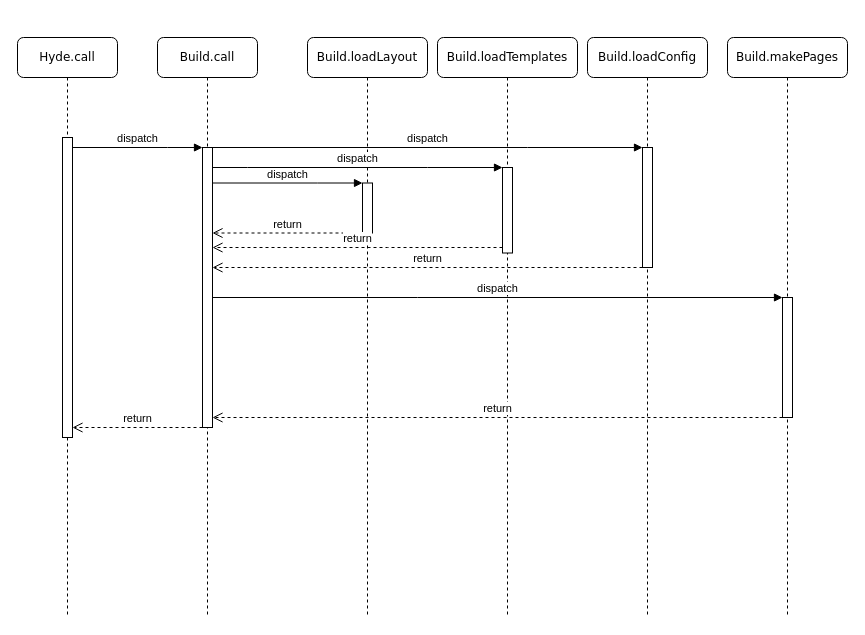
This is conception/sequence_diagram_build.drawio from dil-classroom/projet-marzullo_matias_monti_golay_perrenoud, a draw.io file, before an edit. Source tidied: cells renumbered, new cells numbered last; positions are measured from the earlier drawing's top-left corner, leaving out a move shared by most shapes. Both pictures are drawn from the tidied source at 100%, with x=0, y=0 at pixel (17, 37).
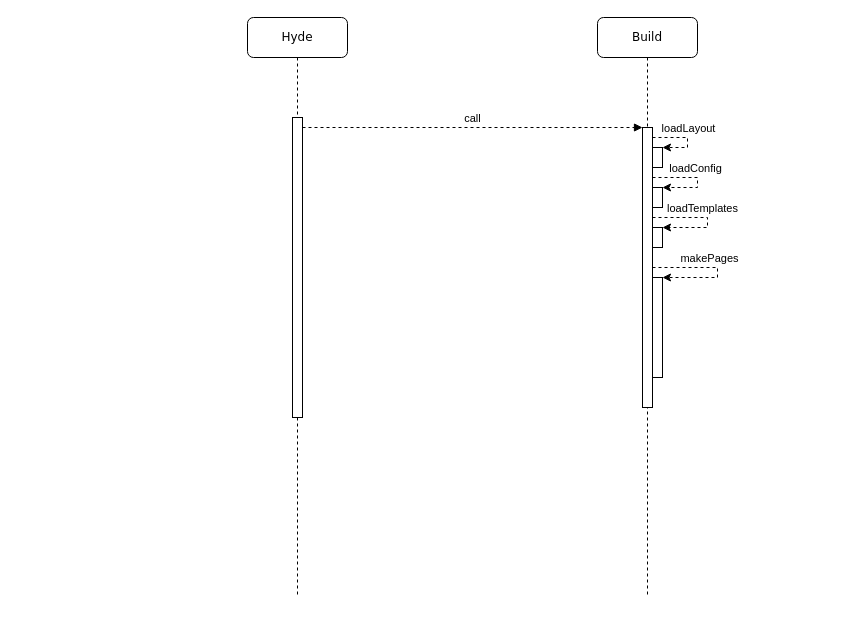
After the change.

Commit message:
doc: Update sequence diagram

Unchanged cells that the change refers to:
```xml
<mxCell id="3" style="html=1;points=[];perimeter=orthogonalPerimeter;" parent="2" vertex="1">
  <mxGeometry x="45" y="110" width="10" height="280" as="geometry" />
</mxCell>
<mxCell id="11" style="html=1;points=[];perimeter=orthogonalPerimeter;rounded=0;shadow=0;comic=0;labelBackgroundColor=none;strokeWidth=1;fontFamily=Verdana;fontSize=12;align=center;" parent="10" vertex="1">
  <mxGeometry x="45" y="100" width="10" height="300" as="geometry" />
</mxCell>
```

The edit, as a diff of the source:
```diff
@@
-    <mxCell id="2" value="&lt;div&gt;Build.call&lt;/div&gt;" style="shape=umlLifeline;perimeter=lifelinePerimeter;whiteSpace=wrap;html=1;rounded=1;shadow=0;comic=0;labelBackgroundColor=none;strokeWidth=1;fontFamily=Verdana;fontSize=12;align=center;" parent="1" vertex="1">
-      <mxGeometry x="140" width="100" height="580" as="geometry" />
+    <mxCell id="2" value="&lt;div&gt;Build&lt;/div&gt;" style="shape=umlLifeline;perimeter=lifelinePerimeter;whiteSpace=wrap;html=1;rounded=1;shadow=0;comic=0;labelBackgroundColor=none;strokeWidth=1;fontFamily=Verdana;fontSize=12;align=center;" parent="1" vertex="1">
+      <mxGeometry x="580" y="-20" width="100" height="580" as="geometry" />
     </mxCell>
@@
-    <mxCell id="4" value="&lt;div&gt;Build.loadLayout&lt;/div&gt;" style="shape=umlLifeline;perimeter=lifelinePerimeter;whiteSpace=wrap;html=1;rounded=1;shadow=0;comic=0;labelBackgroundColor=none;strokeWidth=1;fontFamily=Verdana;fontSize=12;align=center;" parent="1" vertex="1">
-      <mxGeometry x="290" width="120" height="580" as="geometry" />
-    </mxCell>
-    <mxCell id="5" style="html=1;points=[];perimeter=orthogonalPerimeter;" parent="4" vertex="1">
-      <mxGeometry x="55" y="145.5" width="10" height="50" as="geometry" />
-    </mxCell>
-    <mxCell id="6" value="Build.loadTemplates" style="shape=umlLifeline;perimeter=lifelinePerimeter;whiteSpace=wrap;html=1;rounded=1;shadow=0;comic=0;labelBackgroundColor=none;strokeWidth=1;fontFamily=Verdana;fontSize=12;align=center;" parent="1" vertex="1">
-      <mxGeometry x="420" width="140" height="580" as="geometry" />
-    </mxCell>
-    <mxCell id="7" style="html=1;points=[];perimeter=orthogonalPerimeter;" parent="6" vertex="1">
-      <mxGeometry x="65" y="130" width="10" height="85.5" as="geometry" />
-    </mxCell>
-    <mxCell id="8" value="&lt;div&gt;Build.loadConfig&lt;/div&gt;" style="shape=umlLifeline;perimeter=lifelinePerimeter;whiteSpace=wrap;html=1;rounded=1;shadow=0;comic=0;labelBackgroundColor=none;strokeWidth=1;fontFamily=Verdana;fontSize=12;align=center;" parent="1" vertex="1">
-      <mxGeometry x="570" width="120" height="580" as="geometry" />
-    </mxCell>
-    <mxCell id="9" style="html=1;points=[];perimeter=orthogonalPerimeter;" parent="8" vertex="1">
-      <mxGeometry x="55" y="110" width="10" height="120" as="geometry" />
-    </mxCell>
+    <mxCell id="24" style="html=1;points=[];perimeter=orthogonalPerimeter;" parent="2" vertex="1">
+      <mxGeometry x="55" y="130" width="10" height="20" as="geometry" />
+    </mxCell>
+    <mxCell id="25" style="endArrow=classic;html=1;rounded=0;dashed=1;" parent="2" edge="1" target="24">
+      <mxGeometry relative="1" as="geometry">
+        <mxPoint x="55" y="120" as="sourcePoint" />
+        <Array as="points">
+          <mxPoint x="90" y="120" />
+          <mxPoint x="90" y="130" />
+        </Array>
+      </mxGeometry>
+    </mxCell>
+    <mxCell id="26" value="loadLayout" style="edgeLabel;html=1;align=center;verticalAlign=middle;" parent="25" vertex="1">
+      <mxGeometry x="-0.31" y="-1" relative="1" as="geometry">
+        <mxPoint x="11" y="-11" as="offset" />
+      </mxGeometry>
+    </mxCell>
+    <mxCell id="27" style="html=1;points=[];perimeter=orthogonalPerimeter;" parent="2" vertex="1">
+      <mxGeometry x="55" y="170" width="10" height="20" as="geometry" />
+    </mxCell>
+    <mxCell id="28" style="html=1;points=[];perimeter=orthogonalPerimeter;" parent="2" vertex="1">
+      <mxGeometry x="55" y="210" width="10" height="20" as="geometry" />
+    </mxCell>
+    <mxCell id="29" style="html=1;points=[];perimeter=orthogonalPerimeter;" parent="2" vertex="1">
+      <mxGeometry x="55" y="260" width="10" height="100" as="geometry" />
+    </mxCell>
+    <mxCell id="30" style="endArrow=classic;html=1;rounded=0;dashed=1;" parent="2" edge="1" source="3" target="27">
+      <mxGeometry relative="1" as="geometry">
+        <Array as="points">
+          <mxPoint x="100" y="160" />
+          <mxPoint x="100" y="170" />
+        </Array>
+      </mxGeometry>
+    </mxCell>
+    <mxCell id="31" value="&lt;div&gt;loadConfig&lt;/div&gt;" style="edgeLabel;html=1;align=center;verticalAlign=middle;" parent="30" vertex="1">
+      <mxGeometry x="-0.31" y="-1" relative="1" as="geometry">
+        <mxPoint x="11" y="-11" as="offset" />
+      </mxGeometry>
+    </mxCell>
+    <mxCell id="32" style="endArrow=classic;html=1;rounded=0;dashed=1;" parent="2" edge="1" source="3" target="28">
+      <mxGeometry relative="1" as="geometry">
+        <Array as="points">
+          <mxPoint x="110" y="200" />
+          <mxPoint x="110" y="210" />
+        </Array>
+      </mxGeometry>
+    </mxCell>
+    <mxCell id="33" value="loadTemplates" style="edgeLabel;html=1;align=center;verticalAlign=middle;" parent="32" vertex="1">
+      <mxGeometry x="-0.31" y="-1" relative="1" as="geometry">
+        <mxPoint x="11" y="-11" as="offset" />
+      </mxGeometry>
+    </mxCell>
+    <mxCell id="34" style="endArrow=classic;html=1;rounded=0;dashed=1;" parent="2" edge="1" source="3" target="29">
+      <mxGeometry relative="1" as="geometry">
+        <Array as="points">
+          <mxPoint x="120" y="250" />
+          <mxPoint x="120" y="260" />
+        </Array>
+      </mxGeometry>
+    </mxCell>
+    <mxCell id="35" value="makePages" style="edgeLabel;html=1;align=center;verticalAlign=middle;" parent="34" vertex="1">
+      <mxGeometry x="-0.31" y="-1" relative="1" as="geometry">
+        <mxPoint x="11" y="-11" as="offset" />
+      </mxGeometry>
+    </mxCell>
-    <mxCell id="10" value="Hyde.call" style="shape=umlLifeline;perimeter=lifelinePerimeter;whiteSpace=wrap;html=1;rounded=1;shadow=0;comic=0;labelBackgroundColor=none;strokeWidth=1;fontFamily=Verdana;fontSize=12;align=center;" parent="1" vertex="1">
-      <mxGeometry width="100" height="580" as="geometry" />
+    <mxCell id="10" value="&lt;div&gt;Hyde&lt;/div&gt;" style="shape=umlLifeline;perimeter=lifelinePerimeter;whiteSpace=wrap;html=1;rounded=1;shadow=0;comic=0;labelBackgroundColor=none;strokeWidth=1;fontFamily=Verdana;fontSize=12;align=center;" parent="1" vertex="1">
+      <mxGeometry x="230" y="-20" width="100" height="580" as="geometry" />
     </mxCell>
@@
-    <mxCell id="12" value="return" style="html=1;verticalAlign=bottom;endArrow=open;dashed=1;endSize=8;rounded=0;" parent="1" edge="1" source="3" target="11">
-      <mxGeometry relative="1" as="geometry">
-        <Array as="points">
-          <mxPoint x="110" y="390" />
-        </Array>
-      </mxGeometry>
-    </mxCell>
-    <mxCell id="13" value="dispatch" style="html=1;verticalAlign=bottom;endArrow=block;rounded=0;" parent="1" edge="1" source="11" target="3">
+    <mxCell id="13" value="call" style="html=1;verticalAlign=bottom;endArrow=block;rounded=0;dashed=1;" parent="1" edge="1" source="11" target="3">
       <mxGeometry relative="1" as="geometry">
         <Array as="points">
-          <mxPoint x="150" y="110" />
+          <mxPoint x="290" y="90" />
         </Array>
       </mxGeometry>
     </mxCell>
-    <mxCell id="14" value="dispatch" style="html=1;verticalAlign=bottom;endArrow=block;rounded=0;" parent="1" edge="1" target="5">
-      <mxGeometry relative="1" as="geometry">
-        <mxPoint x="195" y="145.5" as="sourcePoint" />
-        <Array as="points">
-          <mxPoint x="300" y="145.5" />
-        </Array>
-      </mxGeometry>
-    </mxCell>
-    <mxCell id="15" value="return" style="html=1;verticalAlign=bottom;endArrow=open;dashed=1;endSize=8;rounded=0;" parent="1" edge="1" source="5">
-      <mxGeometry relative="1" as="geometry">
-        <mxPoint x="195" y="195.5" as="targetPoint" />
-        <Array as="points">
-          <mxPoint x="290" y="195.5" />
-        </Array>
-      </mxGeometry>
-    </mxCell>
-    <mxCell id="16" value="dispatch" style="html=1;verticalAlign=bottom;endArrow=block;rounded=0;" parent="1" edge="1" target="7">
-      <mxGeometry relative="1" as="geometry">
-        <mxPoint x="195" y="130" as="sourcePoint" />
-        <Array as="points">
-          <mxPoint x="230" y="130" />
-          <mxPoint x="410" y="130" />
-        </Array>
-      </mxGeometry>
-    </mxCell>
-    <mxCell id="17" value="return" style="html=1;verticalAlign=bottom;endArrow=open;dashed=1;endSize=8;rounded=0;" parent="1" edge="1" source="7">
-      <mxGeometry relative="1" as="geometry">
-        <mxPoint x="195" y="210" as="targetPoint" />
-        <Array as="points">
-          <mxPoint x="410" y="210" />
-          <mxPoint x="370" y="210" />
-        </Array>
-      </mxGeometry>
-    </mxCell>
-    <mxCell id="18" value="dispatch" style="html=1;verticalAlign=bottom;endArrow=block;rounded=0;" parent="1" edge="1" source="3" target="9">
-      <mxGeometry relative="1" as="geometry">
-        <Array as="points">
-          <mxPoint x="510" y="110" />
-        </Array>
-      </mxGeometry>
-    </mxCell>
-    <mxCell id="19" value="return" style="html=1;verticalAlign=bottom;endArrow=open;dashed=1;endSize=8;rounded=0;" parent="1" edge="1" source="9" target="3">
-      <mxGeometry relative="1" as="geometry">
-        <Array as="points">
-          <mxPoint x="580" y="230" />
-        </Array>
-      </mxGeometry>
-    </mxCell>
-    <mxCell id="20" value="&lt;div&gt;Build.makePages&lt;/div&gt;" style="shape=umlLifeline;perimeter=lifelinePerimeter;whiteSpace=wrap;html=1;rounded=1;shadow=0;comic=0;labelBackgroundColor=none;strokeWidth=1;fontFamily=Verdana;fontSize=12;align=center;" parent="1" vertex="1">
-      <mxGeometry x="710" width="120" height="580" as="geometry" />
-    </mxCell>
-    <mxCell id="21" style="html=1;points=[];perimeter=orthogonalPerimeter;" parent="20" vertex="1">
-      <mxGeometry x="55" y="260" width="10" height="120" as="geometry" />
-    </mxCell>
-    <mxCell id="22" value="dispatch" style="html=1;verticalAlign=bottom;endArrow=block;rounded=0;" parent="1" edge="1" source="3" target="21">
-      <mxGeometry relative="1" as="geometry">
-        <Array as="points">
-          <mxPoint x="400" y="260" />
-        </Array>
-      </mxGeometry>
-    </mxCell>
-    <mxCell id="23" value="return" style="html=1;verticalAlign=bottom;endArrow=open;dashed=1;endSize=8;rounded=0;" parent="1" edge="1" source="21" target="3">
-      <mxGeometry relative="1" as="geometry">
-        <Array as="points">
-          <mxPoint x="430" y="380" />
-        </Array>
-      </mxGeometry>
-    </mxCell>
```
